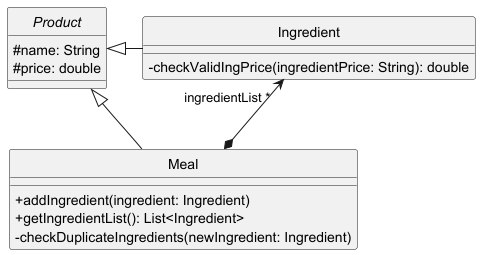
Earlier version of the PlantUML export docs/diagrams/Food.png (wentuoc/tp). Source of this version:
```plantuml
@startuml

abstract class Product {
    #name: String
    #price: double
}

class Meal {
    +addIngredient(ingredient: Ingredient)
    +getIngredientList(): List<Ingredient>
    -checkDuplicateIngredients(newIngredient: Ingredient)
}

class Ingredient {
    -checkValidIngPrice(ingredientPrice: String): double
}

Product <|- Meal
Product <|- Ingredient
Ingredient "ingredientList *" <--* Meal


hide circle
show abstract fields
skinparam classAttributeIconSize 0
@enduml
```
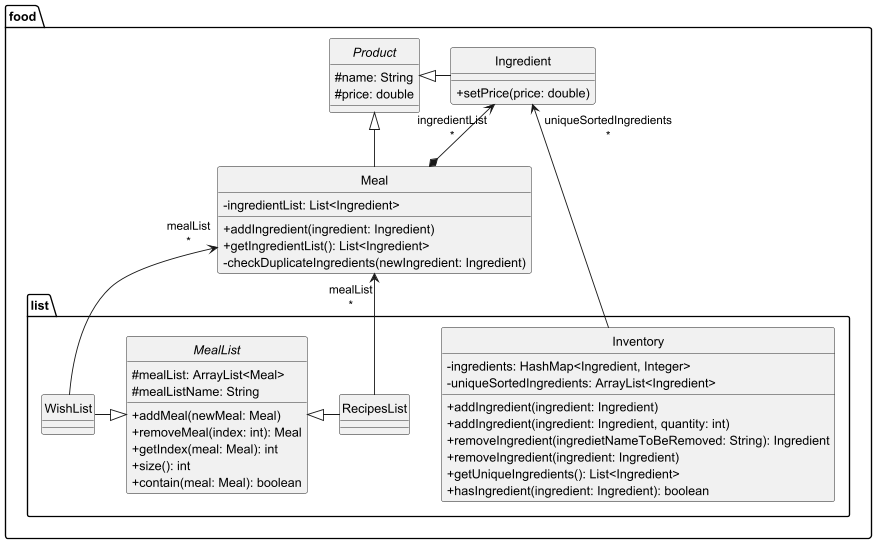
After the commit.

What changed in the source:
```diff
@@ -1,26 +1,54 @@
 @startuml
 
-abstract class Product {
-    #name: String
-    #price: double
-}
+ abstract class food.Product {
+     #name: String
+     #price: double
+ }
 
-class Meal {
-    +addIngredient(ingredient: Ingredient)
-    +getIngredientList(): List<Ingredient>
-    -checkDuplicateIngredients(newIngredient: Ingredient)
-}
+ class food.Meal {
+     -ingredientList: List<Ingredient>
+     +addIngredient(ingredient: Ingredient)
+     +getIngredientList(): List<Ingredient>
+     -checkDuplicateIngredients(newIngredient: Ingredient)
+ }
 
-class Ingredient {
-    -checkValidIngPrice(ingredientPrice: String): double
-}
+ class food.Ingredient {
+     +setPrice(price: double)
+ }
 
-Product <|- Meal
-Product <|- Ingredient
-Ingredient "ingredientList *" <--* Meal
+ Product <|- Meal
+ Product <|- Ingredient
+ Ingredient "ingredientList\n*" <--* Meal
 
+ abstract class food.list.MealList {
+     #mealList: ArrayList<Meal>
+     #mealListName: String
+     +addMeal(newMeal: Meal)
+     +removeMeal(index: int): Meal
+     +getIndex(meal: Meal): int
+     +size(): int
+     +contain(meal: Meal): boolean
+ }
+ class food.list.WishList
+ class food.list.RecipesList
+ class food.list.Inventory {
+     -ingredients: HashMap<Ingredient, Integer>
+     -uniqueSortedIngredients: ArrayList<Ingredient>
+     +addIngredient(ingredient: Ingredient)
+     +addIngredient(ingredient: Ingredient, quantity: int)
+     +removeIngredient(ingredietNameToBeRemoved: String): Ingredient
+     +removeIngredient(ingredient: Ingredient)
+     +getUniqueIngredients(): List<Ingredient>
+     +hasIngredient(ingredient: Ingredient): boolean
+ }
 
-hide circle
-show abstract fields
-skinparam classAttributeIconSize 0
-@enduml
+ MealList <|-left- WishList
+ MealList <|-right- RecipesList
+ Meal "mealList\n*" <-- RecipesList
+ Meal "mealList\n*" <-- WishList
+ Ingredient "uniqueSortedIngredients\n*" <- Inventory
+
+ hide circle
+ show abstract fields
+ skinparam classAttributeIconSize 0
+ @enduml
```
